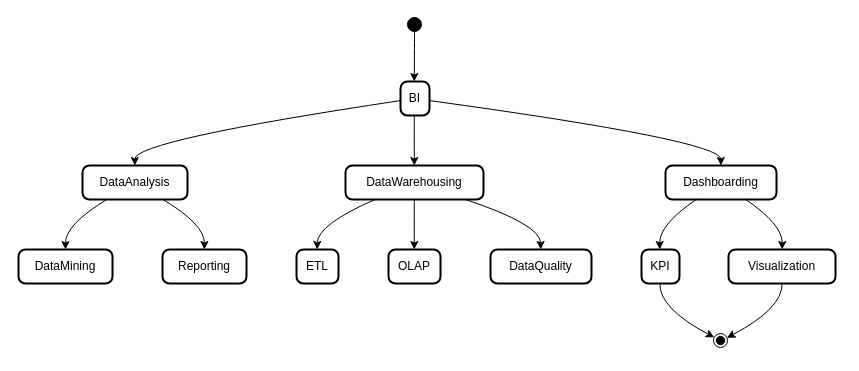
Earlier version of the draw.io diagram Untitled Diagram.drawio (MondeMbono/Work_Stuff). Source tidied: cells renumbered, new cells numbered last; positions are measured from the earlier drawing's top-left corner, leaving out a move shared by most shapes. Both pictures are drawn from the tidied source at 100%, with x=0, y=0 at pixel (18, 17).
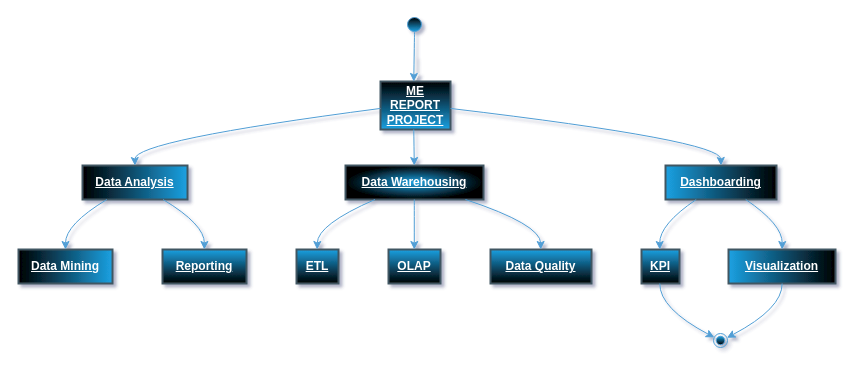
The same diagram, later.

Commit message:
Update ME REPORT CHART

The edit, as a diff of the source:
```diff
@@
-<mxGraphModel>
+<mxGraphModel shadow="1">
@@
+    <mxCell id="28" style="edgeStyle=orthogonalEdgeStyle;rounded=0;jettySize=auto;html=1;strokeColor=#EEEEEE;fontColor=#FFFFFF;fontStyle=5;" parent="1" edge="1" source="2" target="3">
+      <mxGeometry relative="1" as="geometry" />
+    </mxCell>
-    <mxCell id="2" style="ellipse;fillColor=strokeColor;" parent="1" vertex="1">
+    <mxCell id="2" style="ellipse;rounded=0;labelBackgroundColor=none;fillColor=#1ba1e2;strokeColor=#519ed5;fontColor=#ffffff;gradientColor=default;gradientDirection=north;fontStyle=5;" parent="1" vertex="1">
       <mxGeometry x="389" width="14" height="14" as="geometry" />
     </mxCell>
-    <mxCell id="3" value="BI" style="rounded=1;absoluteArcSize=1;arcSize=14;whiteSpace=wrap;strokeWidth=2;" parent="1" vertex="1">
-      <mxGeometry x="382" y="64" width="29" height="34" as="geometry" />
+    <mxCell id="3" value="ME REPORT PROJECT" style="rounded=0;absoluteArcSize=1;arcSize=14;whiteSpace=wrap;strokeWidth=2;labelBackgroundColor=none;fillColor=#1ba1e2;strokeColor=#415762;fontColor=#ffffff;gradientColor=default;gradientDirection=north;fontStyle=5;" parent="1" vertex="1">
+      <mxGeometry x="362" y="64" width="70" height="48" as="geometry" />
     </mxCell>
-    <mxCell id="4" value="DataAnalysis" style="rounded=1;absoluteArcSize=1;arcSize=14;whiteSpace=wrap;strokeWidth=2;" parent="1" vertex="1">
+    <mxCell id="4" value="Data Analysis" style="rounded=0;absoluteArcSize=1;arcSize=14;whiteSpace=wrap;strokeWidth=2;labelBackgroundColor=none;fillColor=#1ba1e2;strokeColor=#415762;fontColor=#ffffff;gradientColor=default;gradientDirection=west;fontStyle=5;" parent="1" vertex="1">
       <mxGeometry x="64" y="148" width="105" height="34" as="geometry" />
     </mxCell>
-    <mxCell id="5" value="DataMining" style="rounded=1;absoluteArcSize=1;arcSize=14;whiteSpace=wrap;strokeWidth=2;" parent="1" vertex="1">
+    <mxCell id="5" value="Data Mining" style="rounded=0;absoluteArcSize=1;arcSize=14;whiteSpace=wrap;strokeWidth=2;labelBackgroundColor=none;fillColor=#1ba1e2;strokeColor=#415762;fontColor=#ffffff;gradientColor=default;gradientDirection=west;fontStyle=5;" parent="1" vertex="1">
       <mxGeometry y="232" width="94" height="34" as="geometry" />
     </mxCell>
-    <mxCell id="6" value="Reporting" style="rounded=1;absoluteArcSize=1;arcSize=14;whiteSpace=wrap;strokeWidth=2;" parent="1" vertex="1">
+    <mxCell id="6" value="Reporting" style="rounded=0;absoluteArcSize=1;arcSize=14;whiteSpace=wrap;strokeWidth=2;labelBackgroundColor=none;fillColor=#1ba1e2;strokeColor=#415762;fontColor=#ffffff;gradientColor=default;fontStyle=5;" parent="1" vertex="1">
       <mxGeometry x="144" y="232" width="84" height="34" as="geometry" />
     </mxCell>
-    <mxCell id="7" value="DataWarehousing" style="rounded=1;absoluteArcSize=1;arcSize=14;whiteSpace=wrap;strokeWidth=2;" parent="1" vertex="1">
+    <mxCell id="7" value="Data Warehousing" style="rounded=0;absoluteArcSize=1;arcSize=14;whiteSpace=wrap;strokeWidth=2;labelBackgroundColor=none;fillColor=#1ba1e2;strokeColor=#415762;fontColor=#ffffff;gradientColor=default;gradientDirection=radial;fontStyle=5;" parent="1" vertex="1">
       <mxGeometry x="327" y="148" width="138" height="34" as="geometry" />
     </mxCell>
-    <mxCell id="8" value="ETL" style="rounded=1;absoluteArcSize=1;arcSize=14;whiteSpace=wrap;strokeWidth=2;" parent="1" vertex="1">
+    <mxCell id="8" value="ETL" style="rounded=0;absoluteArcSize=1;arcSize=14;whiteSpace=wrap;strokeWidth=2;labelBackgroundColor=none;fillColor=#1ba1e2;strokeColor=#415762;fontColor=#ffffff;gradientColor=default;fontStyle=5;" parent="1" vertex="1">
       <mxGeometry x="278" y="232" width="42" height="34" as="geometry" />
     </mxCell>
-    <mxCell id="9" value="OLAP" style="rounded=1;absoluteArcSize=1;arcSize=14;whiteSpace=wrap;strokeWidth=2;" parent="1" vertex="1">
+    <mxCell id="9" value="OLAP" style="rounded=0;absoluteArcSize=1;arcSize=14;whiteSpace=wrap;strokeWidth=2;labelBackgroundColor=none;fillColor=#1ba1e2;strokeColor=#415762;fontColor=#ffffff;gradientColor=default;fontStyle=5;" parent="1" vertex="1">
       <mxGeometry x="370" y="232" width="52" height="34" as="geometry" />
     </mxCell>
-    <mxCell id="10" value="DataQuality" style="rounded=1;absoluteArcSize=1;arcSize=14;whiteSpace=wrap;strokeWidth=2;" parent="1" vertex="1">
+    <mxCell id="10" value="Data Quality" style="rounded=0;absoluteArcSize=1;arcSize=14;whiteSpace=wrap;strokeWidth=2;labelBackgroundColor=none;fillColor=#1ba1e2;strokeColor=#415762;fontColor=#ffffff;gradientColor=default;fontStyle=5;" parent="1" vertex="1">
       <mxGeometry x="472" y="232" width="101" height="34" as="geometry" />
     </mxCell>
-    <mxCell id="11" value="Dashboarding" style="rounded=1;absoluteArcSize=1;arcSize=14;whiteSpace=wrap;strokeWidth=2;" parent="1" vertex="1">
+    <mxCell id="11" value="Dashboarding" style="rounded=0;absoluteArcSize=1;arcSize=14;whiteSpace=wrap;strokeWidth=2;labelBackgroundColor=none;fillColor=#1ba1e2;strokeColor=#415762;fontColor=#ffffff;gradientColor=default;gradientDirection=east;fontStyle=5;" parent="1" vertex="1">
       <mxGeometry x="647" y="148" width="111" height="34" as="geometry" />
     </mxCell>
-    <mxCell id="12" value="KPI" style="rounded=1;absoluteArcSize=1;arcSize=14;whiteSpace=wrap;strokeWidth=2;" parent="1" vertex="1">
+    <mxCell id="12" value="KPI" style="rounded=0;absoluteArcSize=1;arcSize=14;whiteSpace=wrap;strokeWidth=2;labelBackgroundColor=none;fillColor=#1ba1e2;strokeColor=#415762;fontColor=#ffffff;gradientColor=default;fontStyle=5;" parent="1" vertex="1">
       <mxGeometry x="623" y="232" width="38" height="34" as="geometry" />
     </mxCell>
-    <mxCell id="13" value="Visualization" style="rounded=1;absoluteArcSize=1;arcSize=14;whiteSpace=wrap;strokeWidth=2;" parent="1" vertex="1">
+    <mxCell id="13" value="Visualization" style="rounded=0;absoluteArcSize=1;arcSize=14;whiteSpace=wrap;strokeWidth=2;labelBackgroundColor=none;fillColor=#1ba1e2;strokeColor=#415762;fontColor=#ffffff;gradientColor=default;gradientDirection=east;fontStyle=5;" parent="1" vertex="1">
       <mxGeometry x="710" y="232" width="107" height="34" as="geometry" />
     </mxCell>
-    <mxCell id="14" style="ellipse;shape=endState;fillColor=strokeColor;" parent="1" vertex="1">
+    <mxCell id="14" style="ellipse;shape=endState;rounded=0;labelBackgroundColor=none;fillColor=#1ba1e2;strokeColor=#519ed5;fontColor=#ffffff;gradientColor=default;fontStyle=5;" parent="1" vertex="1">
       <mxGeometry x="695" y="316" width="14" height="14" as="geometry" />
     </mxCell>
-    <mxCell id="15" style="curved=1;startArrow=none;exitX=0.48465401785714285;exitY=1;entryX=0.4753502155172414;entryY=0;" parent="1" edge="1" source="2" target="3">
+    <mxCell id="15" style="curved=1;startArrow=none;exitX=0.48465401785714285;exitY=1;entryX=0.4753502155172414;entryY=0;rounded=0;labelBackgroundColor=none;fontColor=default;fillColor=#1ba1e2;strokeColor=#519ed5;fontStyle=5;" parent="1" edge="1" source="2" target="3">
       <mxGeometry relative="1" as="geometry" />
     </mxCell>
-    <mxCell id="16" style="curved=1;startArrow=none;exitX=-0.016298491379310345;exitY=0.563046360666309;entryX=0.4992931547619048;entryY=0;" parent="1" edge="1" source="3" target="4">
+    <mxCell id="16" style="curved=1;startArrow=none;exitX=-0.016298491379310345;exitY=0.563046360666309;entryX=0.4992931547619048;entryY=0;rounded=0;labelBackgroundColor=none;fontColor=default;fillColor=#1ba1e2;strokeColor=#519ed5;fontStyle=5;" parent="1" edge="1" source="3" target="4">
       <mxGeometry relative="1" as="geometry">
         <Array as="points">
           <mxPoint x="116" y="123" />
         </Array>
       </mxGeometry>
     </mxCell>
-    <mxCell id="17" style="curved=1;startArrow=none;exitX=0.2316051941609977;exitY=1;entryX=0.4998337765957447;entryY=0;" parent="1" edge="1" source="4" target="5">
+    <mxCell id="17" style="curved=1;startArrow=none;exitX=0.2316051941609977;exitY=1;entryX=0.4998337765957447;entryY=0;rounded=0;labelBackgroundColor=none;fontColor=default;fillColor=#1ba1e2;strokeColor=#519ed5;fontStyle=5;" parent="1" edge="1" source="4" target="5">
       <mxGeometry relative="1" as="geometry">
         <Array as="points">
           <mxPoint x="47" y="207" />
         </Array>
       </mxGeometry>
     </mxCell>
-    <mxCell id="18" style="curved=1;startArrow=none;exitX=0.7669811153628118;exitY=1;entryX=0.49841889880952384;entryY=0;" parent="1" edge="1" source="4" target="6">
+    <mxCell id="18" style="curved=1;startArrow=none;exitX=0.7669811153628118;exitY=1;entryX=0.49841889880952384;entryY=0;rounded=0;labelBackgroundColor=none;fontColor=default;fillColor=#1ba1e2;strokeColor=#519ed5;fontStyle=5;" parent="1" edge="1" source="4" target="6">
       <mxGeometry relative="1" as="geometry">
         <Array as="points">
           <mxPoint x="186" y="207" />
         </Array>
       </mxGeometry>
     </mxCell>
-    <mxCell id="19" style="curved=1;startArrow=none;exitX=0.4753502155172414;exitY=1;entryX=0.49844316123188404;entryY=0;" parent="1" edge="1" source="3" target="7">
+    <mxCell id="19" style="curved=1;startArrow=none;exitX=0.4753502155172414;exitY=1;entryX=0.49844316123188404;entryY=0;rounded=0;labelBackgroundColor=none;fontColor=default;fillColor=#1ba1e2;strokeColor=#519ed5;fontStyle=5;" parent="1" edge="1" source="3" target="7">
       <mxGeometry relative="1" as="geometry" />
     </mxCell>
-    <mxCell id="20" style="curved=1;startArrow=none;exitX=0.21367308812111796;exitY=1;entryX=0.4927455357142857;entryY=0;" parent="1" edge="1" source="7" target="8">
+    <mxCell id="20" style="curved=1;startArrow=none;exitX=0.21367308812111796;exitY=1;entryX=0.4927455357142857;entryY=0;rounded=0;labelBackgroundColor=none;fontColor=default;fillColor=#1ba1e2;strokeColor=#519ed5;fontStyle=5;" parent="1" edge="1" source="7" target="8">
       <mxGeometry relative="1" as="geometry">
         <Array as="points">
           <mxPoint x="299" y="207" />
         </Array>
       </mxGeometry>
     </mxCell>
-    <mxCell id="21" style="curved=1;startArrow=none;exitX=0.49844316123188404;exitY=1;entryX=0.4958683894230769;entryY=0;" parent="1" edge="1" source="7" target="9">
+    <mxCell id="21" style="curved=1;startArrow=none;exitX=0.49844316123188404;exitY=1;entryX=0.4958683894230769;entryY=0;rounded=0;labelBackgroundColor=none;fontColor=default;fillColor=#1ba1e2;strokeColor=#519ed5;fontStyle=5;" parent="1" edge="1" source="7" target="9">
       <mxGeometry relative="1" as="geometry" />
     </mxCell>
-    <mxCell id="22" style="curved=1;startArrow=none;exitX=0.8692915911835748;exitY=1;entryX=0.4972540222772277;entryY=0;" parent="1" edge="1" source="7" target="10">
+    <mxCell id="22" style="curved=1;startArrow=none;exitX=0.8692915911835748;exitY=1;entryX=0.4972540222772277;entryY=0;rounded=0;labelBackgroundColor=none;fontColor=default;fillColor=#1ba1e2;strokeColor=#519ed5;fontStyle=5;" parent="1" edge="1" source="7" target="10">
       <mxGeometry relative="1" as="geometry">
         <Array as="points">
           <mxPoint x="522" y="207" />
         </Array>
       </mxGeometry>
     </mxCell>
-    <mxCell id="23" style="curved=1;startArrow=none;exitX=0.9669989224137931;exitY=0.5574302922501322;entryX=0.4996656813063063;entryY=0;" parent="1" edge="1" source="3" target="11">
+    <mxCell id="23" style="curved=1;startArrow=none;exitX=0.9669989224137931;exitY=0.5574302922501322;entryX=0.4996656813063063;entryY=0;rounded=0;labelBackgroundColor=none;fontColor=default;fillColor=#1ba1e2;strokeColor=#519ed5;fontStyle=5;" parent="1" edge="1" source="3" target="11">
       <mxGeometry relative="1" as="geometry">
         <Array as="points">
           <mxPoint x="702" y="123" />
         </Array>
       </mxGeometry>
     </mxCell>
-    <mxCell id="24" style="curved=1;startArrow=none;exitX=0.27662358228764466;exitY=1;entryX=0.48149671052631576;entryY=0;" parent="1" edge="1" source="11" target="12">
+    <mxCell id="24" style="curved=1;startArrow=none;exitX=0.27662358228764466;exitY=1;entryX=0.48149671052631576;entryY=0;rounded=0;labelBackgroundColor=none;fontColor=default;fillColor=#1ba1e2;strokeColor=#519ed5;fontStyle=5;" parent="1" edge="1" source="11" target="12">
       <mxGeometry relative="1" as="geometry">
         <Array as="points">
           <mxPoint x="641" y="207" />
         </Array>
       </mxGeometry>
     </mxCell>
-    <mxCell id="25" style="curved=1;startArrow=none;exitX=0.722707780324968;exitY=1;entryX=0.5012047313084113;entryY=0;" parent="1" edge="1" source="11" target="13">
+    <mxCell id="25" style="curved=1;startArrow=none;exitX=0.722707780324968;exitY=1;entryX=0.5012047313084113;entryY=0;rounded=0;labelBackgroundColor=none;fontColor=default;fillColor=#1ba1e2;strokeColor=#519ed5;fontStyle=5;" parent="1" edge="1" source="11" target="13">
       <mxGeometry relative="1" as="geometry">
         <Array as="points">
           <mxPoint x="764" y="207" />
         </Array>
       </mxGeometry>
     </mxCell>
-    <mxCell id="26" style="curved=1;startArrow=none;exitX=0.48149671052631576;exitY=1;entryX=0.03306361607142857;entryY=0.2384168343072466;" parent="1" edge="1" source="12" target="14">
+    <mxCell id="26" style="curved=1;startArrow=none;exitX=0.48149671052631576;exitY=1;entryX=0.03306361607142857;entryY=0.2384168343072466;rounded=0;labelBackgroundColor=none;fontColor=default;fillColor=#1ba1e2;strokeColor=#519ed5;fontStyle=5;" parent="1" edge="1" source="12" target="14">
       <mxGeometry relative="1" as="geometry">
         <Array as="points">
           <mxPoint x="641" y="291" />
         </Array>
       </mxGeometry>
     </mxCell>
-    <mxCell id="27" style="curved=1;startArrow=none;exitX=0.5012047313084113;exitY=1;entryX=1.0330636160714286;entryY=0.2384168343072466;" parent="1" edge="1" source="13" target="14">
+    <mxCell id="27" style="curved=1;startArrow=none;exitX=0.5012047313084113;exitY=1;entryX=1.0330636160714286;entryY=0.2384168343072466;rounded=0;labelBackgroundColor=none;fontColor=default;fillColor=#1ba1e2;strokeColor=#519ed5;fontStyle=5;" parent="1" edge="1" source="13" target="14">
       <mxGeometry relative="1" as="geometry">
         <Array as="points">
           <mxPoint x="764" y="291" />
         </Array>
       </mxGeometry>
     </mxCell>
```
